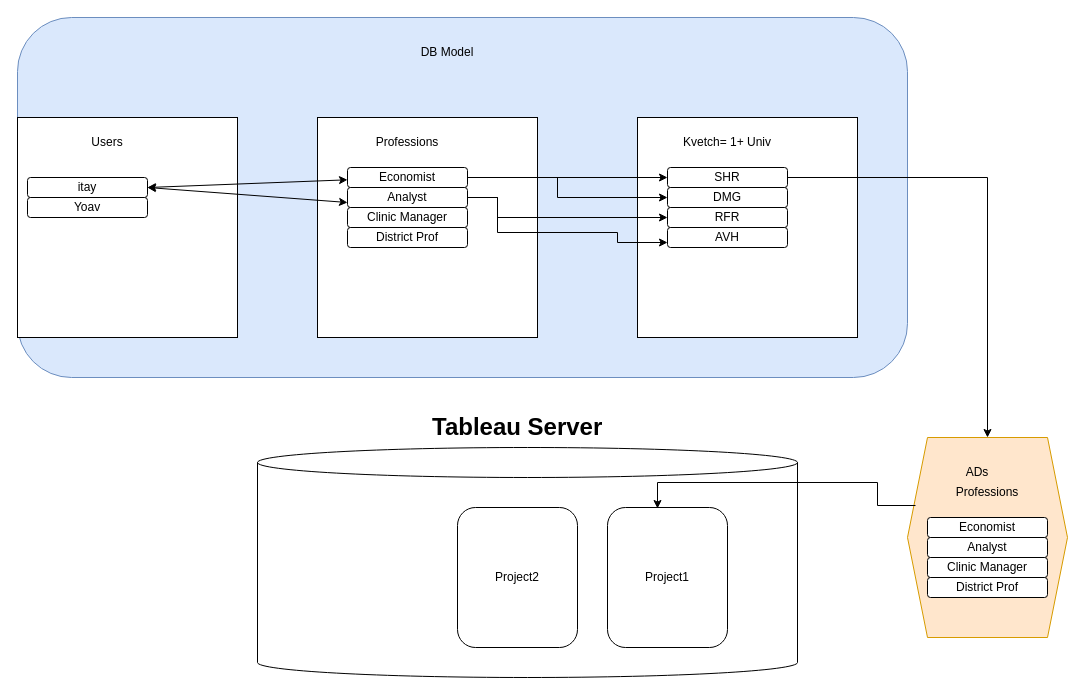
This is Tableau_Objects_Security.drawio from itaybaran/drawing, a draw.io file, before an edit. Source tidied: cells renumbered, new cells numbered last; positions are measured from the earlier drawing's top-left corner, leaving out a move shared by most shapes. Both pictures are drawn from the tidied source at 100%, with x=0, y=0 at pixel (17, 17).
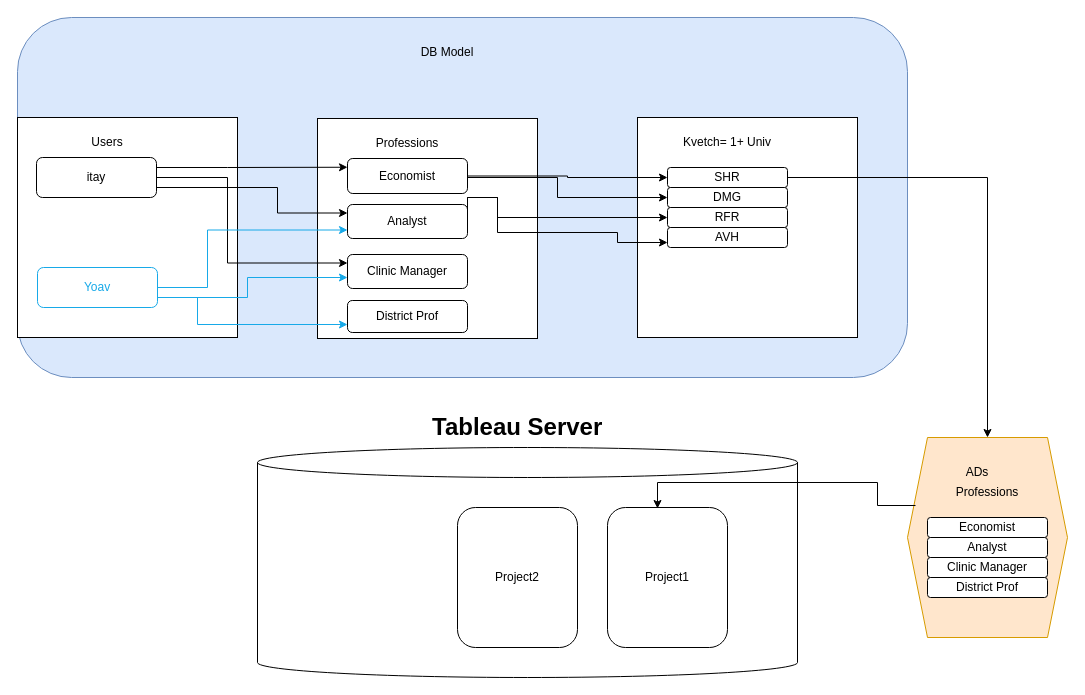
The same page after the edit.

The change refers to these unchanged cells:
```xml
<mxCell id="3" style="group;" parent="1" vertex="1">
  <mxGeometry y="100" width="220" height="220" as="geometry" />
</mxCell>
```

The edit, as a diff of the source:
```diff
@@
     <mxCell id="6" value="itay" style="rounded=1;whiteSpace=wrap;html=1;" parent="3" vertex="1">
-      <mxGeometry x="10" y="60" width="120" height="20" as="geometry" />
+      <mxGeometry x="19" y="40" width="120" height="40" as="geometry" />
     </mxCell>
-    <mxCell id="7" value="Yoav" style="rounded=1;whiteSpace=wrap;html=1;" parent="3" vertex="1">
-      <mxGeometry x="10" y="80" width="120" height="20" as="geometry" />
+    <mxCell id="7" value="&lt;font color=&quot;#17a9e8&quot;&gt;Yoav&lt;/font&gt;" style="rounded=1;whiteSpace=wrap;html=1;strokeColor=#17A9E8;" parent="3" vertex="1">
+      <mxGeometry x="20" y="150" width="120" height="40" as="geometry" />
     </mxCell>
     <mxCell id="8" style="group;" parent="1" vertex="1">
-      <mxGeometry x="300" y="100" width="220" height="220" as="geometry" />
+      <mxGeometry x="300" y="101" width="220" height="220" as="geometry" />
     </mxCell>
@@
     <mxCell id="11" value="Economist" style="rounded=1;whiteSpace=wrap;html=1;" parent="8" vertex="1">
-      <mxGeometry x="30" y="50" width="120" height="20" as="geometry" />
+      <mxGeometry x="30" y="40" width="120" height="35" as="geometry" />
     </mxCell>
     <mxCell id="12" value="Analyst" style="rounded=1;whiteSpace=wrap;html=1;" parent="8" vertex="1">
-      <mxGeometry x="30" y="70" width="120" height="20" as="geometry" />
+      <mxGeometry x="30" y="86" width="120" height="34" as="geometry" />
     </mxCell>
     <mxCell id="13" value="Clinic Manager" style="rounded=1;whiteSpace=wrap;html=1;" parent="8" vertex="1">
-      <mxGeometry x="30" y="90" width="120" height="20" as="geometry" />
+      <mxGeometry x="30" y="136" width="120" height="34" as="geometry" />
     </mxCell>
     <mxCell id="14" value="District Prof" style="rounded=1;whiteSpace=wrap;html=1;" parent="8" vertex="1">
-      <mxGeometry x="30" y="110" width="120" height="20" as="geometry" />
+      <mxGeometry x="30" y="182" width="120" height="32" as="geometry" />
     </mxCell>
@@
-    <mxCell id="24" style="endArrow=classic;startArrow=classic;html=1;rounded=0;exitX=1;exitY=0.5;exitDx=0;exitDy=0;" parent="1" edge="1" source="6" target="11">
-      <mxGeometry relative="1" as="geometry" />
-    </mxCell>
-    <mxCell id="25" style="endArrow=classic;startArrow=classic;html=1;rounded=0;exitX=1;exitY=0.5;exitDx=0;exitDy=0;entryX=0;entryY=0.75;entryDx=0;entryDy=0;" parent="1" edge="1" source="6" target="12">
-      <mxGeometry relative="1" as="geometry" />
-    </mxCell>
@@
+    <mxCell id="25" style="edgeStyle=orthogonalEdgeStyle;rounded=0;jettySize=auto;html=1;exitX=1;exitY=0.75;exitDx=0;exitDy=0;entryX=0;entryY=0.25;entryDx=0;entryDy=0;" parent="1" edge="1" source="6" target="12">
+      <mxGeometry relative="1" as="geometry">
+        <Array as="points">
+          <mxPoint x="260" y="170" />
+          <mxPoint x="260" y="196" />
+        </Array>
+      </mxGeometry>
+    </mxCell>
+    <mxCell id="24" style="edgeStyle=orthogonalEdgeStyle;rounded=0;jettySize=auto;html=1;exitX=1;exitY=0.25;exitDx=0;exitDy=0;entryX=0;entryY=0.25;entryDx=0;entryDy=0;" parent="1" edge="1" source="6" target="11">
+      <mxGeometry relative="1" as="geometry">
+        <Array as="points">
+          <mxPoint x="210" y="150" />
+          <mxPoint x="210" y="150" />
+        </Array>
+      </mxGeometry>
+    </mxCell>
+    <mxCell id="42" style="edgeStyle=orthogonalEdgeStyle;rounded=0;orthogonalLoop=1;jettySize=auto;html=1;exitX=1;exitY=0.5;exitDx=0;exitDy=0;strokeColor=#17A9E8;" parent="1" edge="1">
+      <mxGeometry relative="1" as="geometry">
+        <mxPoint x="140" y="280" as="sourcePoint" />
+        <mxPoint x="330" y="260" as="targetPoint" />
+        <Array as="points">
+          <mxPoint x="230" y="280" />
+          <mxPoint x="230" y="260" />
+        </Array>
+      </mxGeometry>
+    </mxCell>
+    <mxCell id="43" style="edgeStyle=orthogonalEdgeStyle;rounded=0;jettySize=auto;html=1;entryX=0;entryY=0.75;entryDx=0;entryDy=0;exitX=1;exitY=0.75;exitDx=0;exitDy=0;strokeColor=#17A9E8;" parent="1" edge="1" source="7" target="14">
+      <mxGeometry relative="1" as="geometry">
+        <Array as="points">
+          <mxPoint x="180" y="280" />
+          <mxPoint x="180" y="307" />
+        </Array>
+      </mxGeometry>
+    </mxCell>
+    <mxCell id="44" style="edgeStyle=orthogonalEdgeStyle;rounded=0;jettySize=auto;html=1;entryX=0;entryY=0.25;entryDx=0;entryDy=0;" parent="1" edge="1" source="6" target="13">
+      <mxGeometry relative="1" as="geometry">
+        <Array as="points">
+          <mxPoint x="210" y="160" />
+          <mxPoint x="210" y="246" />
+        </Array>
+      </mxGeometry>
+    </mxCell>
+    <mxCell id="45" style="edgeStyle=orthogonalEdgeStyle;rounded=0;jettySize=auto;html=1;entryX=0;entryY=0.75;entryDx=0;entryDy=0;strokeColor=#17A9E8;" parent="1" edge="1" source="7" target="12">
+      <mxGeometry relative="1" as="geometry">
+        <Array as="points">
+          <mxPoint x="190" y="270" />
+          <mxPoint x="190" y="213" />
+        </Array>
+      </mxGeometry>
+    </mxCell>
```
